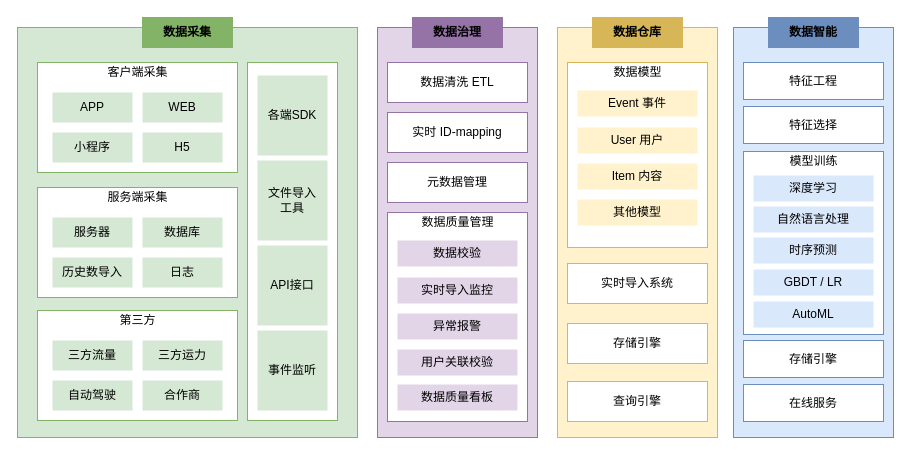
Earlier version of the draw.io diagram page "第 1 页" (1 of 2) of 数仓整个规划设计.drawio (chenjinying1988/diagrams). Source tidied: cells renumbered, new cells numbered last; positions are measured from the earlier drawing's top-left corner, leaving out a move shared by most shapes. Both pictures are drawn from the tidied source at 100%, with x=0, y=0 at pixel (17, 17).
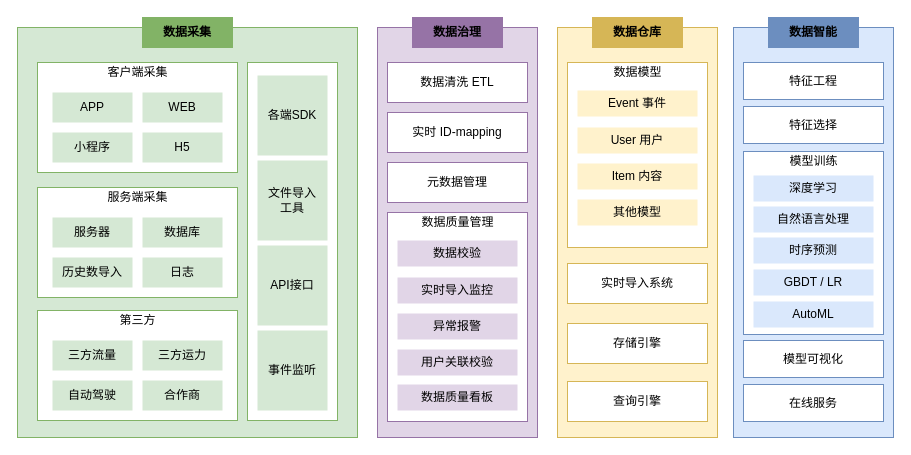
The same page after the edit.

Commit message:
更新数仓整个规划设计.drawio

Diff of the diagram source:
```diff
@@
-    <mxCell id="53" value="存储引擎" style="rounded=0;whiteSpace=wrap;html=1;strokeColor=#6C8EBF;" parent="1" vertex="1">
+    <mxCell id="53" value="模型可视化" style="rounded=0;whiteSpace=wrap;html=1;strokeColor=#6C8EBF;" parent="1" vertex="1">
       <mxGeometry x="726" y="323" width="140" height="37" as="geometry" />
     </mxCell>
```
